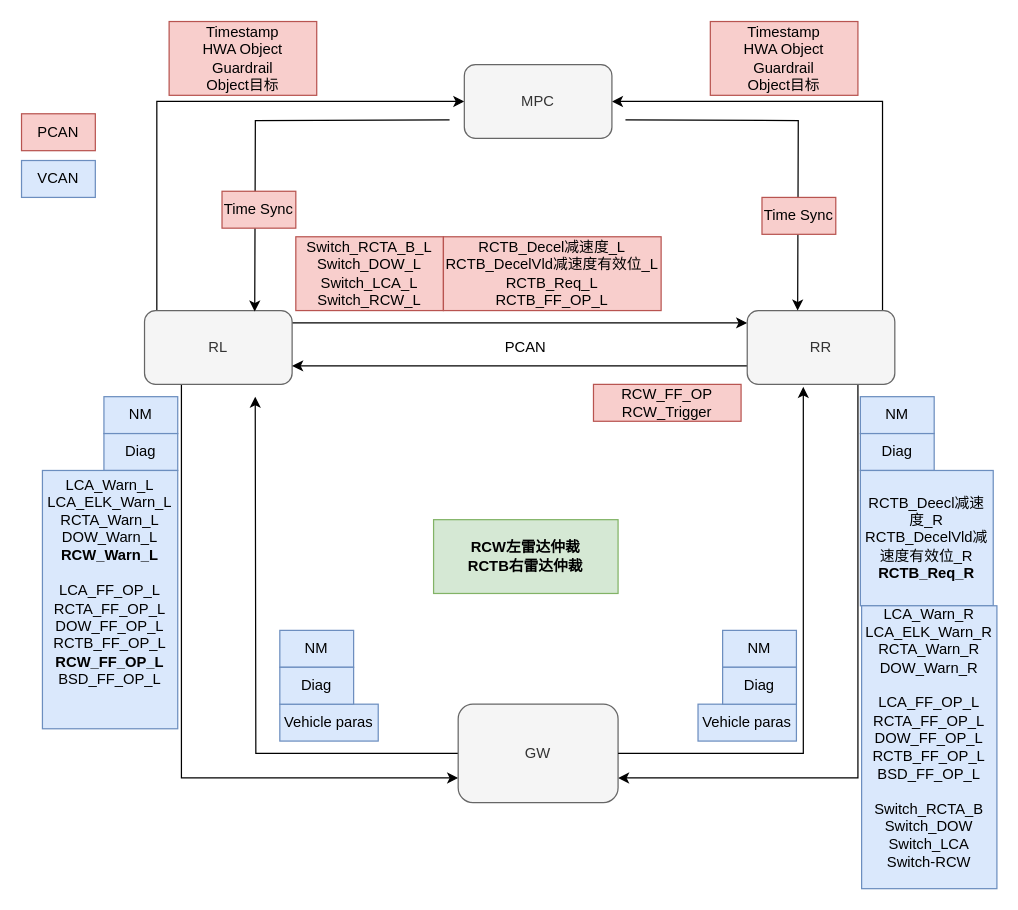
The draw.io diagram BJEV_Sidefeature_N50_N51.drawio in LeoHan369/DrawIO, before the edit. Source tidied: cells renumbered, new cells numbered last; positions are measured from the earlier drawing's top-left corner, leaving out a move shared by most shapes. Both pictures are drawn from the tidied source at 123%, with x=0, y=0 at pixel (21, 21).
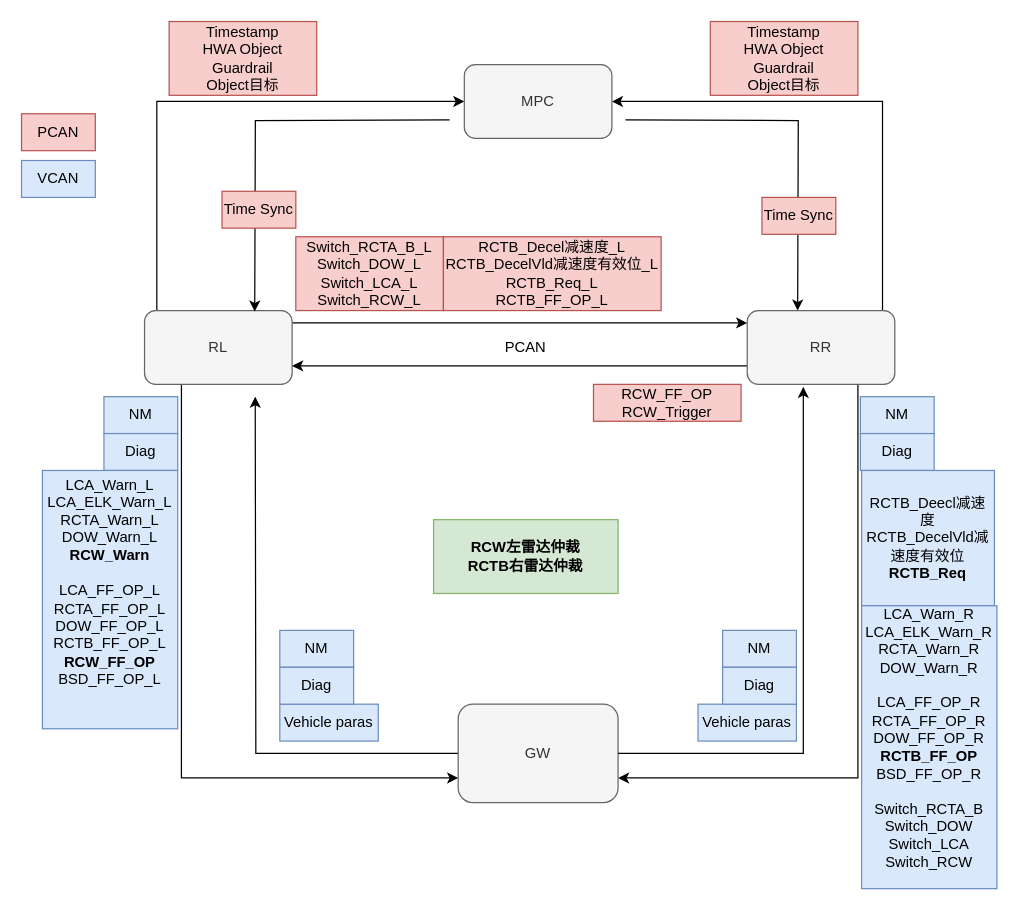
The same page after the edit.

Diff of the diagram source:
```diff
@@
-    <mxCell id="37" value="LCA_Warn_L&lt;div&gt;LCA_ELK_Warn_L&lt;br&gt;&lt;div&gt;RCTA_Warn_L&lt;/div&gt;&lt;div&gt;DOW_Warn_L&lt;/div&gt;&lt;div&gt;&lt;b&gt;RCW_Warn_L&lt;/b&gt;&lt;div&gt;&lt;br&gt;&lt;/div&gt;&lt;div&gt;LCA_FF_OP_L&lt;/div&gt;&lt;div&gt;RCTA_FF_OP_L&lt;/div&gt;&lt;div&gt;DOW_FF_OP_L&lt;/div&gt;&lt;div&gt;RCTB_FF_OP_L&lt;/div&gt;&lt;div&gt;&lt;b&gt;RCW_FF_OP_L&lt;/b&gt;&lt;/div&gt;&lt;div&gt;BSD_FF_OP_L&lt;/div&gt;&lt;div&gt;&lt;br&gt;&lt;div&gt;&lt;br&gt;&lt;/div&gt;&lt;/div&gt;&lt;/div&gt;&lt;/div&gt;" style="text;strokeColor=#6c8ebf;align=center;fillColor=#dae8fc;html=1;verticalAlign=middle;whiteSpace=wrap;rounded=0;" parent="1" vertex="1">
+    <mxCell id="37" value="LCA_Warn_L&lt;div&gt;LCA_ELK_Warn_L&lt;br&gt;&lt;div&gt;RCTA_Warn_L&lt;/div&gt;&lt;div&gt;DOW_Warn_L&lt;/div&gt;&lt;div&gt;&lt;b&gt;RCW_Warn&lt;/b&gt;&lt;div&gt;&lt;br&gt;&lt;/div&gt;&lt;div&gt;LCA_FF_OP_L&lt;/div&gt;&lt;div&gt;RCTA_FF_OP_L&lt;/div&gt;&lt;div&gt;DOW_FF_OP_L&lt;/div&gt;&lt;div&gt;RCTB_FF_OP_L&lt;/div&gt;&lt;div&gt;&lt;b&gt;RCW_FF_OP&lt;/b&gt;&lt;/div&gt;&lt;div&gt;BSD_FF_OP_L&lt;/div&gt;&lt;div&gt;&lt;br&gt;&lt;div&gt;&lt;br&gt;&lt;/div&gt;&lt;/div&gt;&lt;/div&gt;&lt;/div&gt;" style="text;strokeColor=#6c8ebf;align=center;fillColor=#dae8fc;html=1;verticalAlign=middle;whiteSpace=wrap;rounded=0;" parent="1" vertex="1">
       <mxGeometry x="17" y="365" width="110" height="210" as="geometry" />
     </mxCell>
-    <mxCell id="38" value="RCTB_Deecl减速度_R&lt;div&gt;RCTB_DecelVld减速度有效位_R&lt;br&gt;&lt;div&gt;&lt;b&gt;RCTB_Req_R&lt;/b&gt;&lt;/div&gt;&lt;/div&gt;" style="text;strokeColor=#6c8ebf;align=center;fillColor=#dae8fc;html=1;verticalAlign=middle;whiteSpace=wrap;rounded=0;" parent="1" vertex="1">
-      <mxGeometry x="682" y="365" width="108" height="110" as="geometry" />
+    <mxCell id="38" value="RCTB_Deecl减速度&lt;div&gt;RCTB_DecelVld减速度有效位&lt;br&gt;&lt;div&gt;&lt;b&gt;RCTB_Req&lt;/b&gt;&lt;/div&gt;&lt;/div&gt;" style="text;strokeColor=#6c8ebf;align=center;fillColor=#dae8fc;html=1;verticalAlign=middle;whiteSpace=wrap;rounded=0;" parent="1" vertex="1">
+      <mxGeometry x="683" y="365" width="108" height="110" as="geometry" />
     </mxCell>
-    <mxCell id="39" value="LCA_Warn_R&lt;div&gt;LCA_ELK_Warn_R&lt;br&gt;&lt;div&gt;RCTA_Warn_R&lt;/div&gt;&lt;div&gt;DOW_Warn_R&lt;/div&gt;&lt;div&gt;&lt;div&gt;&lt;br&gt;&lt;/div&gt;&lt;div&gt;LCA_FF_OP_L&lt;/div&gt;&lt;div&gt;RCTA_FF_OP_L&lt;/div&gt;&lt;div&gt;DOW_FF_OP_L&lt;/div&gt;&lt;div&gt;RCTB_FF_OP_L&lt;/div&gt;&lt;div&gt;BSD_FF_OP_L&lt;/div&gt;&lt;div&gt;&lt;br&gt;&lt;/div&gt;&lt;div&gt;Switch_RCTA_B&lt;/div&gt;&lt;div&gt;Switch_DOW&lt;/div&gt;&lt;div&gt;Switch_LCA&lt;/div&gt;&lt;div&gt;Switch-RCW&lt;br&gt;&lt;div&gt;&lt;br&gt;&lt;/div&gt;&lt;/div&gt;&lt;/div&gt;&lt;/div&gt;" style="text;strokeColor=#6c8ebf;align=center;fillColor=#dae8fc;html=1;verticalAlign=middle;whiteSpace=wrap;rounded=0;" parent="1" vertex="1">
+    <mxCell id="39" value="LCA_Warn_R&lt;div&gt;LCA_ELK_Warn_R&lt;br&gt;&lt;div&gt;RCTA_Warn_R&lt;/div&gt;&lt;div&gt;DOW_Warn_R&lt;/div&gt;&lt;div&gt;&lt;div&gt;&lt;br&gt;&lt;/div&gt;&lt;div&gt;LCA_FF_OP_R&lt;/div&gt;&lt;div&gt;RCTA_FF_OP_R&lt;/div&gt;&lt;div&gt;DOW_FF_OP_R&lt;/div&gt;&lt;div&gt;&lt;b&gt;RCTB_FF_OP&lt;/b&gt;&lt;/div&gt;&lt;div&gt;BSD_FF_OP_R&lt;/div&gt;&lt;div&gt;&lt;br&gt;&lt;/div&gt;&lt;div&gt;Switch_RCTA_B&lt;/div&gt;&lt;div&gt;Switch_DOW&lt;/div&gt;&lt;div&gt;Switch_LCA&lt;/div&gt;&lt;div&gt;Switch_RCW&lt;br&gt;&lt;div&gt;&lt;br&gt;&lt;/div&gt;&lt;/div&gt;&lt;/div&gt;&lt;/div&gt;" style="text;strokeColor=#6c8ebf;align=center;fillColor=#dae8fc;html=1;verticalAlign=middle;whiteSpace=wrap;rounded=0;" parent="1" vertex="1">
       <mxGeometry x="683" y="475" width="110" height="230" as="geometry" />
     </mxCell>
```
